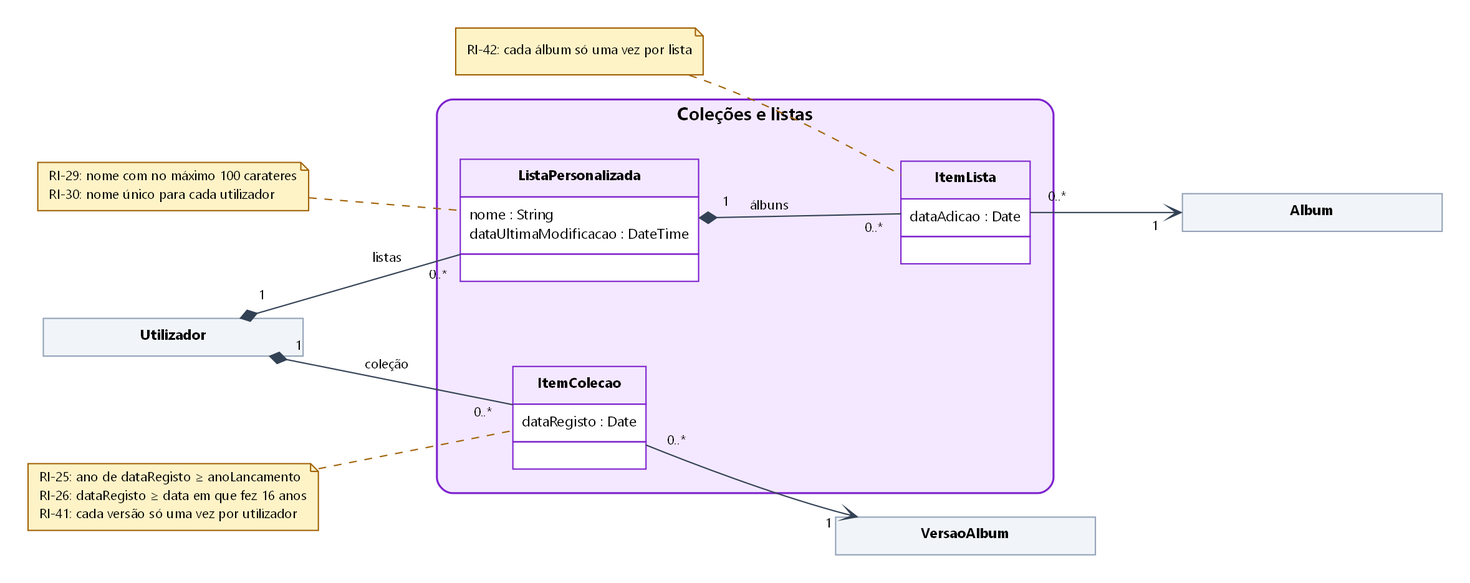
This is etapa1/classes/img/05-colecoes-listas.png from malat0o/PGP, a Graphviz export, as it was before one commit. Its source is kept beside it as etapa1/classes/fonte/05-colecoes-listas.dot.
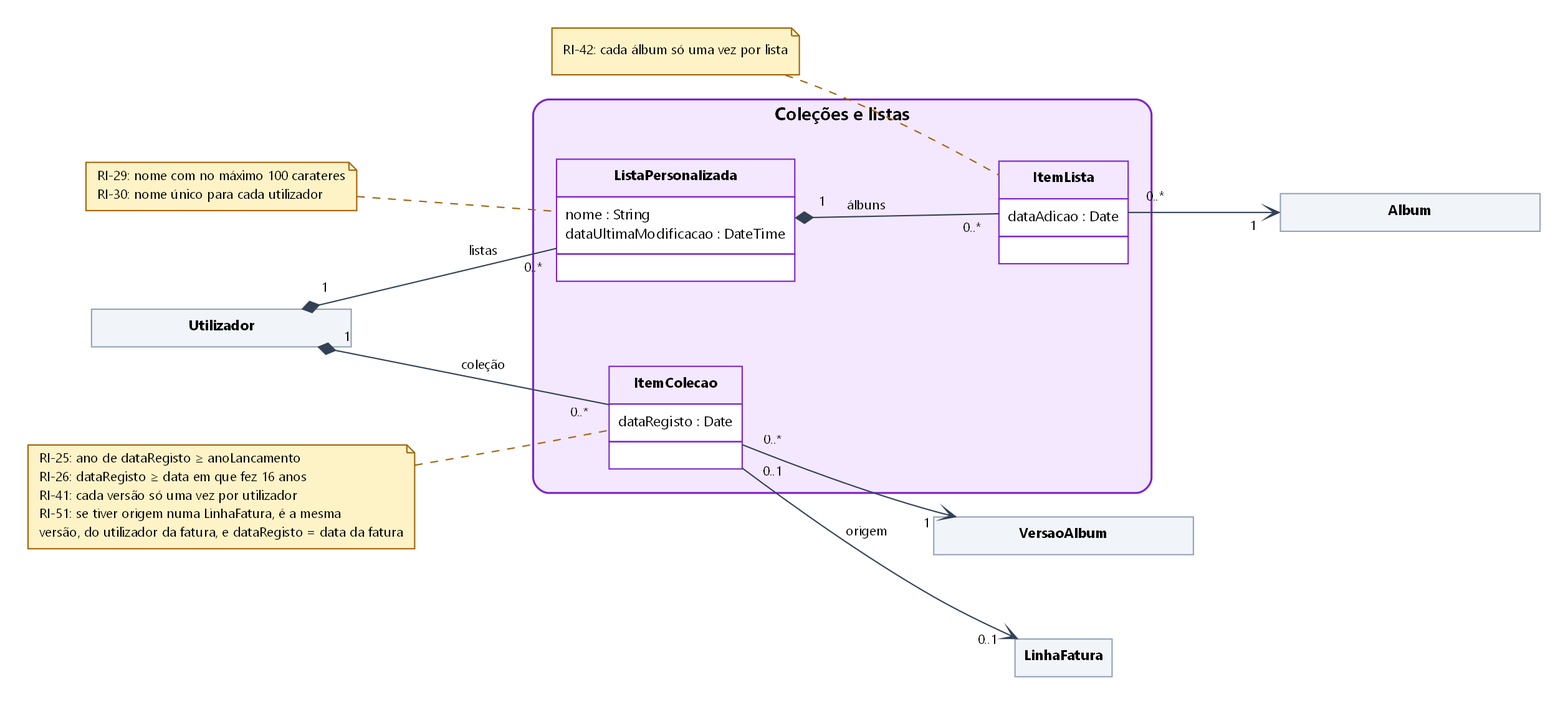
The same file after the commit.

What changed in the source:
```diff
@@ -10,12 +10,14 @@
   "Utilizador" [label=<<table border="0" cellborder="1" cellspacing="0" color="#94a3b8" bgcolor="white"><tr><td bgcolor="#f1f5f9" cellpadding="6" width="200"><b>Utilizador</b></td></tr></table>>];
   "VersaoAlbum" [label=<<table border="0" cellborder="1" cellspacing="0" color="#94a3b8" bgcolor="white"><tr><td bgcolor="#f1f5f9" cellpadding="6" width="200"><b>VersaoAlbum</b></td></tr></table>>];
   "Album" [label=<<table border="0" cellborder="1" cellspacing="0" color="#94a3b8" bgcolor="white"><tr><td bgcolor="#f1f5f9" cellpadding="6" width="200"><b>Album</b></td></tr></table>>];
+  "LinhaFatura" [label=<<table border="0" cellborder="1" cellspacing="0" color="#94a3b8" bgcolor="white"><tr><td bgcolor="#f1f5f9" cellpadding="6"><b>LinhaFatura</b></td></tr></table>>];
   "Utilizador" -> "ItemColecao" [fontname="Segoe UI", fontsize="10", color="#334155", labelfontsize="10", labeldistance="2.4", labelangle="28", dir="both", arrowtail="diamond", arrowhead="none", arrowsize="1.1", taillabel="1", headlabel="0..*", label=" coleção "];
   "ItemColecao" -> "VersaoAlbum" [fontname="Segoe UI", fontsize="10", color="#334155", labelfontsize="10", labeldistance="2.4", labelangle="28", dir="forward", arrowhead="vee", taillabel="0..*", headlabel="1"];
+  "ItemColecao" -> "LinhaFatura" [fontname="Segoe UI", fontsize="10", color="#334155", labelfontsize="10", labeldistance="2.4", labelangle="28", dir="forward", arrowhead="vee", taillabel="0..1", headlabel="0..1", label=" origem "];
   "Utilizador" -> "ListaPersonalizada" [fontname="Segoe UI", fontsize="10", color="#334155", labelfontsize="10", labeldistance="2.4", labelangle="28", dir="both", arrowtail="diamond", arrowhead="none", arrowsize="1.1", taillabel="1", headlabel="0..*", label=" listas "];
   "ListaPersonalizada" -> "ItemLista" [fontname="Segoe UI", fontsize="10", color="#334155", labelfontsize="10", labeldistance="2.4", labelangle="28", dir="both", arrowtail="diamond", arrowhead="none", arrowsize="1.1", taillabel="1", headlabel="0..*", label=" álbuns "];
   "ItemLista" -> "Album" [fontname="Segoe UI", fontsize="10", color="#334155", labelfontsize="10", labeldistance="2.4", labelangle="28", dir="forward", arrowhead="vee", taillabel="0..*", headlabel="1"];
-  "nota_ItemColecao" [shape=note, style=filled, fillcolor="#fef3c7", color="#a16207", fontsize="10", margin="0.12,0.06", label=<RI-25: ano de dataRegisto ≥ anoLancamento<br align="left"/>RI-26: dataRegisto ≥ data em que fez 16 anos<br align="left"/>RI-41: cada versão só uma vez por utilizador<br align="left"/>>];
+  "nota_ItemColecao" [shape=note, style=filled, fillcolor="#fef3c7", color="#a16207", fontsize="10", margin="0.12,0.06", label=<RI-25: ano de dataRegisto ≥ anoLancamento<br align="left"/>RI-26: dataRegisto ≥ data em que fez 16 anos<br align="left"/>RI-41: cada versão só uma vez por utilizador<br align="left"/>RI-51: se tiver origem numa LinhaFatura, é a mesma<br align="left"/>versão, do utilizador da fatura, e dataRegisto = data da fatura<br align="left"/>>];
   "nota_ItemColecao" -> "ItemColecao" [style=dashed, arrowhead=none, color="#a16207"];
   "nota_ListaPersonalizada" [shape=note, style=filled, fillcolor="#fef3c7", color="#a16207", fontsize="10", margin="0.12,0.06", label=<RI-29: nome com no máximo 100 carateres<br align="left"/>RI-30: nome único para cada utilizador<br align="left"/>>];
   "nota_ListaPersonalizada" -> "ListaPersonalizada" [style=dashed, arrowhead=none, color="#a16207"];
```
